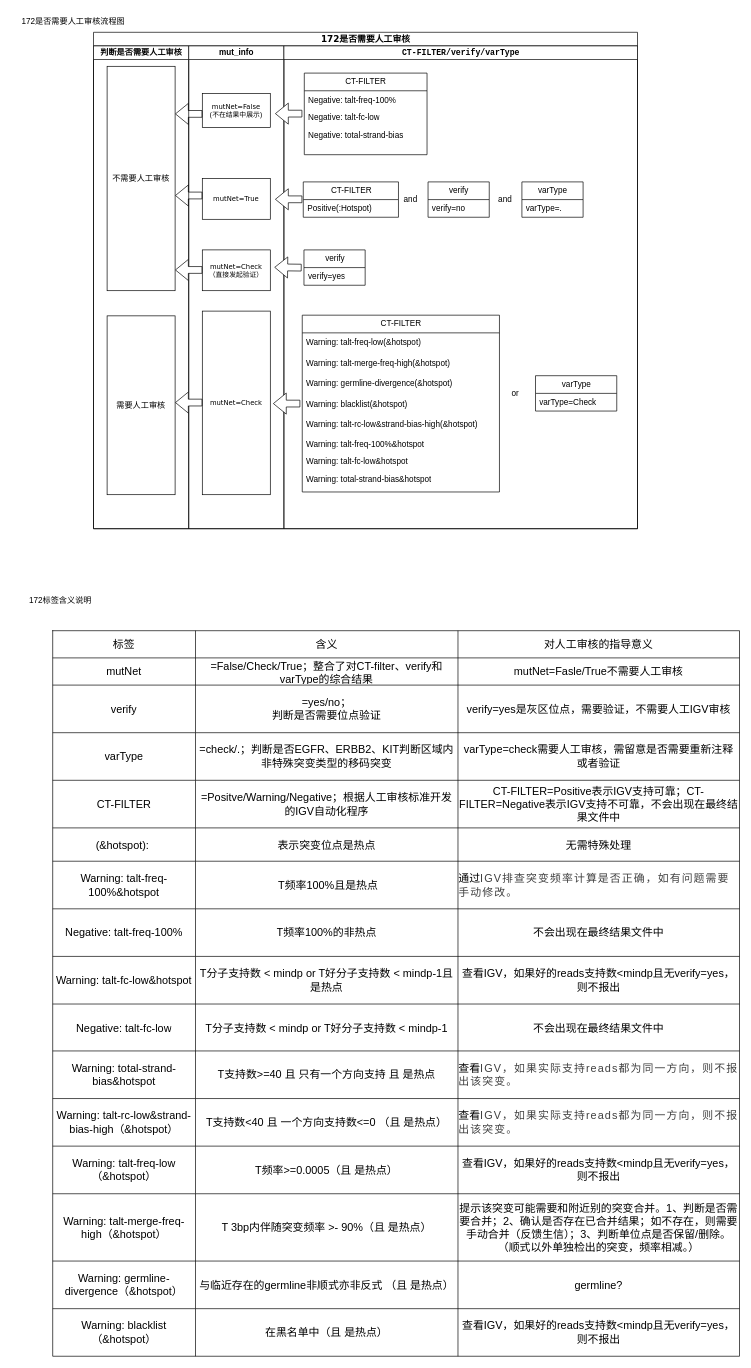
This is 172-0307 的副本.drawio from dingtian-genetronhealth/diagrams-genetron, a draw.io file, before an edit. Source tidied: cells renumbered, new cells numbered last; positions are measured from the earlier drawing's top-left corner, leaving out a move shared by most shapes. Both pictures are drawn from the tidied source at 68%, with x=0, y=0 at pixel (12, 12).
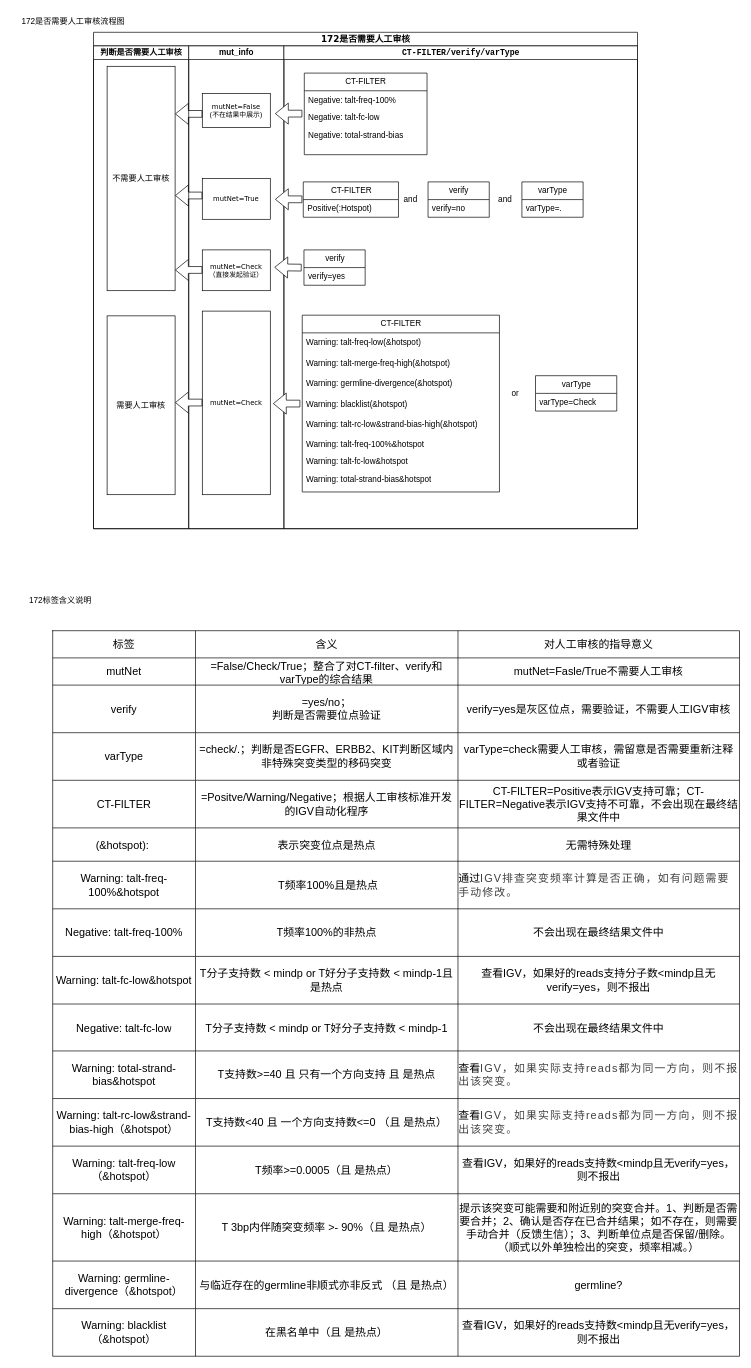
Above is the later version.

Commit message:
更新172-0307 的副本.drawio

Unchanged cells that the change refers to:
```xml
<mxCell id="82" style="shape=tableRow;horizontal=0;startSize=0;swimlaneHead=0;swimlaneBody=0;strokeColor=inherit;top=0;left=0;bottom=0;right=0;fillColor=none;fontSize=16;" parent="49" vertex="1">
  <mxGeometry y="479" width="1010" height="70" as="geometry" />
</mxCell>
```

What changed in the source:
```diff
@@
-    <mxCell id="85" value="查看IGV，如果好的reads支持数&amp;lt;mindp且无verify=yes，则不报出" style="shape=partialRectangle;html=1;whiteSpace=wrap;strokeColor=inherit;overflow=hidden;fillColor=none;top=0;left=0;bottom=0;right=0;fontSize=16;" parent="82" vertex="1">
+    <mxCell id="85" value="查看IGV，如果好的reads支持分子数&amp;lt;mindp且无verify=yes，则不报出" style="shape=partialRectangle;html=1;whiteSpace=wrap;strokeColor=inherit;overflow=hidden;fillColor=none;top=0;left=0;bottom=0;right=0;fontSize=16;" parent="82" vertex="1">
       <mxGeometry x="596" width="414" height="70" as="geometry" />
     </mxCell>
```
